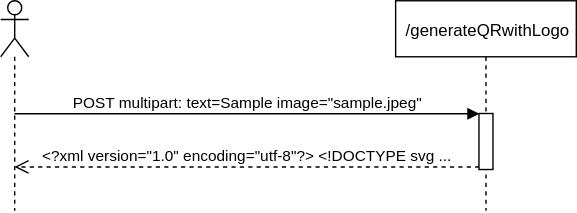
LinQRapp/QR-docs keeps this draw.io diagram as schemes/image+generate.svg. Above is the earlier version. Source tidied: cells renumbered, new cells last; positions are measured from the earlier drawing's top-left corner, leaving out a move shared by most shapes. Its diagram source:
```xml
<mxGraphModel>
  <root>
    <mxCell id="0" />
    <mxCell id="1" parent="0" />
    <mxCell id="2" value="/generateQRwithLogo" style="shape=umlLifeline;perimeter=lifelinePerimeter;whiteSpace=wrap;html=1;" parent="1" vertex="1">
      <mxGeometry x="282" width="129" height="150" as="geometry" />
    </mxCell>
    <mxCell id="3" style="shape=umlLifeline;participant=umlActor;perimeter=lifelinePerimeter;whiteSpace=wrap;html=1;verticalAlign=top;spacingTop=36;labelBackgroundColor=#ffffff;outlineConnect=0;" parent="1" vertex="1">
      <mxGeometry width="20" height="150" as="geometry" />
    </mxCell>
    <mxCell id="4" value="POST multipart: text=Sample image=&quot;sample.jpeg&quot;&lt;br&gt;" style="html=1;verticalAlign=bottom;endArrow=block;entryX=0;entryY=0;" parent="1" edge="1" source="3" target="6">
      <mxGeometry relative="1" as="geometry" />
    </mxCell>
    <mxCell id="5" value="&lt;div&gt;&amp;lt;?xml version=&quot;1.0&quot; encoding=&quot;utf-8&quot;?&amp;gt; &amp;lt;!DOCTYPE svg ...&lt;/div&gt;" style="html=1;verticalAlign=bottom;endArrow=open;dashed=1;endSize=8;exitX=0;exitY=0.95;" parent="1" edge="1" source="6" target="3">
      <mxGeometry relative="1" as="geometry" />
    </mxCell>
    <mxCell id="6" style="html=1;points=[];perimeter=orthogonalPerimeter;" parent="1" vertex="1">
      <mxGeometry x="341.5" y="80.5" width="10" height="40" as="geometry" />
    </mxCell>
  </root>
</mxGraphModel>
```
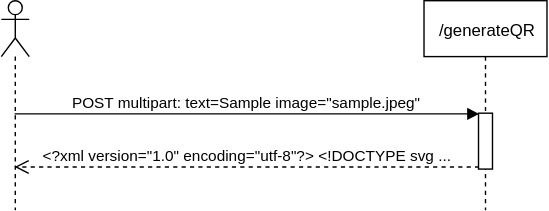
The same diagram one commit later.

Change to the diagram source:
```diff
@@ -2,8 +2,8 @@
   <root>
     <mxCell id="0" />
     <mxCell id="1" parent="0" />
-    <mxCell id="2" value="/generateQRwithLogo" style="shape=umlLifeline;perimeter=lifelinePerimeter;whiteSpace=wrap;html=1;" parent="1" vertex="1">
-      <mxGeometry x="282" width="129" height="150" as="geometry" />
+    <mxCell id="2" value="/generateQR" style="shape=umlLifeline;perimeter=lifelinePerimeter;whiteSpace=wrap;html=1;" parent="1" vertex="1">
+      <mxGeometry x="302.5" width="88" height="150" as="geometry" />
     </mxCell>
     <mxCell id="3" style="shape=umlLifeline;participant=umlActor;perimeter=lifelinePerimeter;whiteSpace=wrap;html=1;verticalAlign=top;spacingTop=36;labelBackgroundColor=#ffffff;outlineConnect=0;" parent="1" vertex="1">
       <mxGeometry width="20" height="150" as="geometry" />
```
